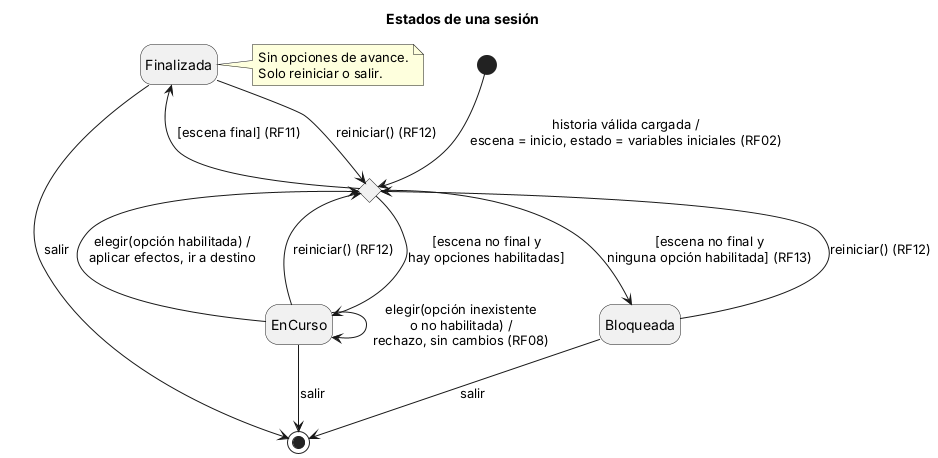
The PlantUML diagram docs/diagramas/05_estados_sesion.png in sebastian-caicedo/parcial_ultima_transmision, before a commit. Source of this version:
```plantuml
@startuml estados_sesion
title Estados de una sesión
skinparam shadowing false
hide empty description

[*] --> Evaluando : historia válida cargada /\nescena = inicio, estado = variables iniciales (RF02)

state Evaluando <<choice>>

Evaluando --> EnCurso : [escena no final y\nhay opciones habilitadas]
Evaluando --> Finalizada : [escena final] (RF11)
Evaluando --> Bloqueada : [escena no final y\nninguna opción habilitada] (RF13)

EnCurso --> EnCurso : elegir(opción inexistente\no no habilitada) /\nrechazo, sin cambios (RF08)
EnCurso --> Evaluando : elegir(opción habilitada) /\naplicar efectos, ir a destino

Finalizada --> Evaluando : reiniciar() (RF12)
Bloqueada --> Evaluando : reiniciar() (RF12)
EnCurso --> Evaluando : reiniciar() (RF12)

Finalizada --> [*] : salir
Bloqueada --> [*] : salir
EnCurso --> [*] : salir

note right of Finalizada
  Sin opciones de avance.
  Solo reiniciar o salir.
end note
@enduml
```
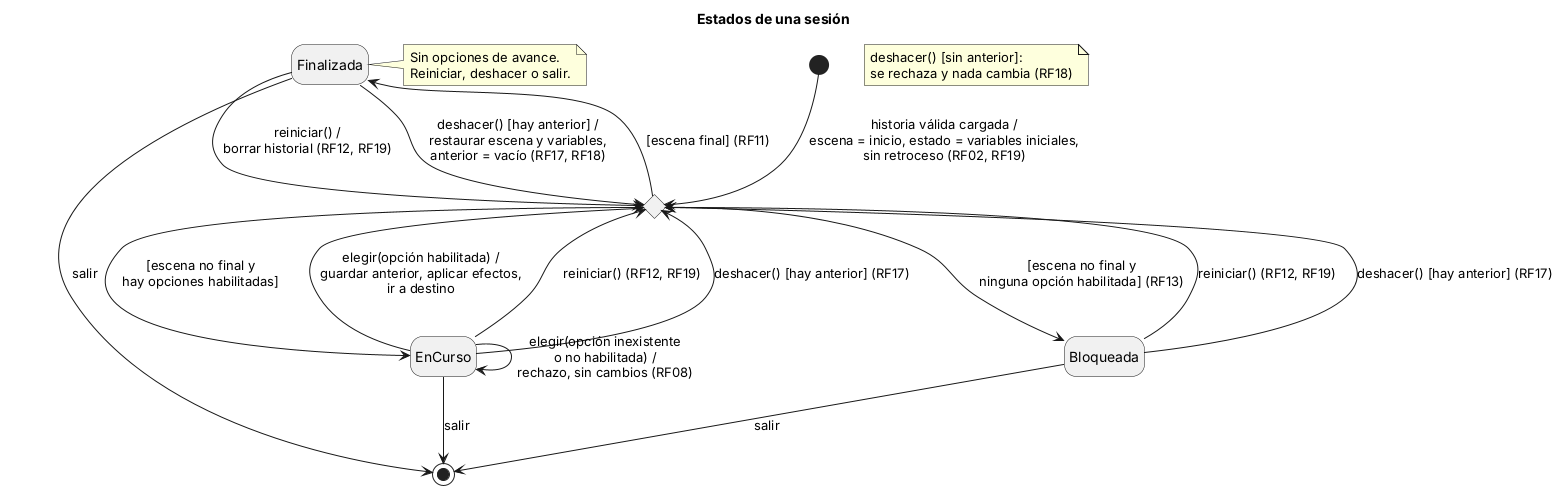
After the commit.

The edit, as a diff of the source:
```diff
@@ -3,7 +3,7 @@
 skinparam shadowing false
 hide empty description
 
-[*] --> Evaluando : historia válida cargada /\nescena = inicio, estado = variables iniciales (RF02)
+[*] --> Evaluando : historia válida cargada /\nescena = inicio, estado = variables iniciales,\nsin retroceso (RF02, RF19)
 
 state Evaluando <<choice>>
 
@@ -12,11 +12,15 @@
 Evaluando --> Bloqueada : [escena no final y\nninguna opción habilitada] (RF13)
 
 EnCurso --> EnCurso : elegir(opción inexistente\no no habilitada) /\nrechazo, sin cambios (RF08)
-EnCurso --> Evaluando : elegir(opción habilitada) /\naplicar efectos, ir a destino
+EnCurso --> Evaluando : elegir(opción habilitada) /\nguardar anterior, aplicar efectos,\nir a destino
 
-Finalizada --> Evaluando : reiniciar() (RF12)
-Bloqueada --> Evaluando : reiniciar() (RF12)
-EnCurso --> Evaluando : reiniciar() (RF12)
+Finalizada --> Evaluando : reiniciar() /\nborrar historial (RF12, RF19)
+Bloqueada --> Evaluando : reiniciar() (RF12, RF19)
+EnCurso --> Evaluando : reiniciar() (RF12, RF19)
+
+Finalizada --> Evaluando : deshacer() [hay anterior] /\nrestaurar escena y variables,\nanterior = vacío (RF17, RF18)
+Bloqueada --> Evaluando : deshacer() [hay anterior] (RF17)
+EnCurso --> Evaluando : deshacer() [hay anterior] (RF17)
 
 Finalizada --> [*] : salir
 Bloqueada --> [*] : salir
@@ -24,6 +28,8 @@
 
 note right of Finalizada
   Sin opciones de avance.
-  Solo reiniciar o salir.
+  Reiniciar, deshacer o salir.
 end note
+
+note "deshacer() [sin anterior]:\nse rechaza y nada cambia (RF18)" as N1
 @enduml
```
